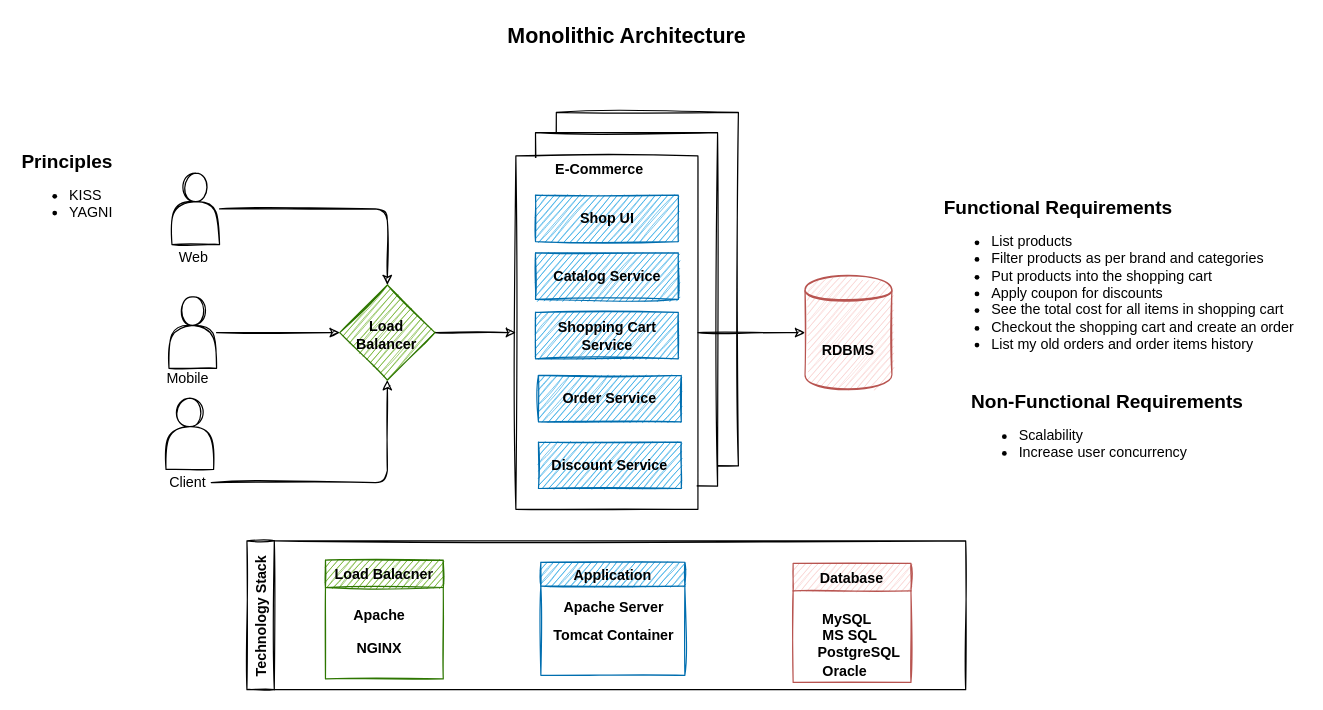
Above: Monolithic Architecture.drawio in majaham/Microservices-Architecture-Designs (draw.io), before the change. Source tidied: cells renumbered, new cells numbered last; positions are measured from the earlier drawing's top-left corner, leaving out a move shared by most shapes. Both pictures are drawn from the tidied source at 119%, with x=0, y=0 at pixel (20, 20).
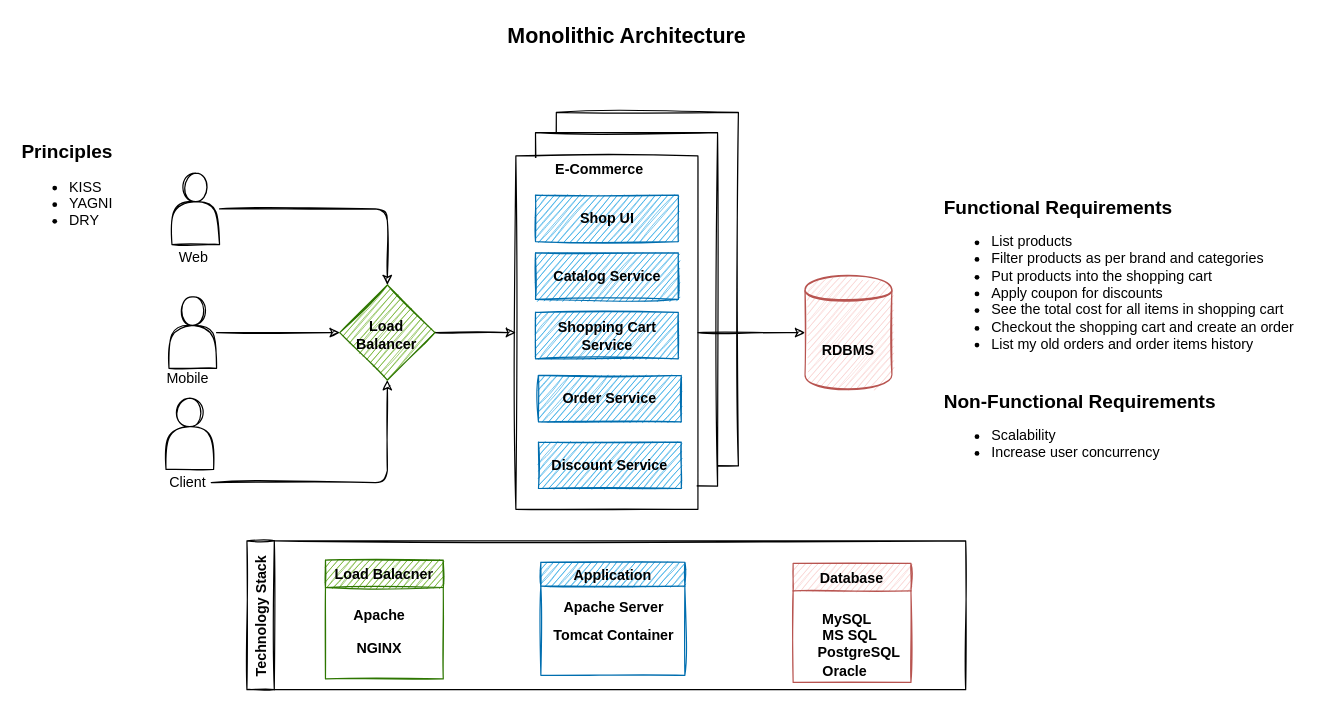
After the change.

Commit message (it also covers changes not shown here):
Added Layered, Microservices and Service Oriented Architectures

Change to the diagram source:
```diff
@@
     <mxCell id="5" value="&lt;font style=&quot;font-size: 16px&quot;&gt;&lt;b&gt;Non-Functional Requirements&lt;/b&gt;&lt;br&gt;&lt;ul style=&quot;font-size: 12px&quot;&gt;&lt;li&gt;Scalability&lt;/li&gt;&lt;li&gt;Increase user concurrency&lt;/li&gt;&lt;/ul&gt;&lt;/font&gt;" style="text;html=1;align=left;verticalAlign=middle;strokeColor=none;fillColor=none;sketch=1;" parent="1" vertex="1">
-      <mxGeometry x="797" y="310" width="239" height="72" as="geometry" />
+      <mxGeometry x="774" y="309.5" width="239" height="72" as="geometry" />
     </mxCell>
@@
-    <mxCell id="40" value="&lt;font style=&quot;font-size: 16px&quot;&gt;&lt;b&gt;Principles&lt;/b&gt;&lt;/font&gt;&lt;br style=&quot;font-size: 12px&quot;&gt;&lt;ul style=&quot;font-size: 12px&quot;&gt;&lt;li style=&quot;font-size: 12px&quot;&gt;KISS&lt;/li&gt;&lt;li style=&quot;font-size: 12px&quot;&gt;YAGNI&lt;/li&gt;&lt;/ul&gt;" style="text;html=1;align=left;verticalAlign=middle;strokeColor=none;fillColor=none;fontSize=12;fontColor=#000000;spacing=1;" parent="1" vertex="1">
-      <mxGeometry y="107" width="89" height="74" as="geometry" />
+    <mxCell id="40" value="&lt;font style=&quot;font-size: 16px&quot;&gt;&lt;b&gt;Principles&lt;/b&gt;&lt;/font&gt;&lt;br style=&quot;font-size: 12px&quot;&gt;&lt;ul style=&quot;font-size: 12px&quot;&gt;&lt;li style=&quot;font-size: 12px&quot;&gt;KISS&lt;/li&gt;&lt;li style=&quot;font-size: 12px&quot;&gt;YAGNI&lt;/li&gt;&lt;li style=&quot;font-size: 12px&quot;&gt;DRY&lt;/li&gt;&lt;/ul&gt;" style="text;html=1;align=left;verticalAlign=middle;strokeColor=none;fillColor=none;fontSize=12;fontColor=#000000;spacing=1;" parent="1" vertex="1">
+      <mxGeometry y="100" width="89" height="88" as="geometry" />
     </mxCell>
```
